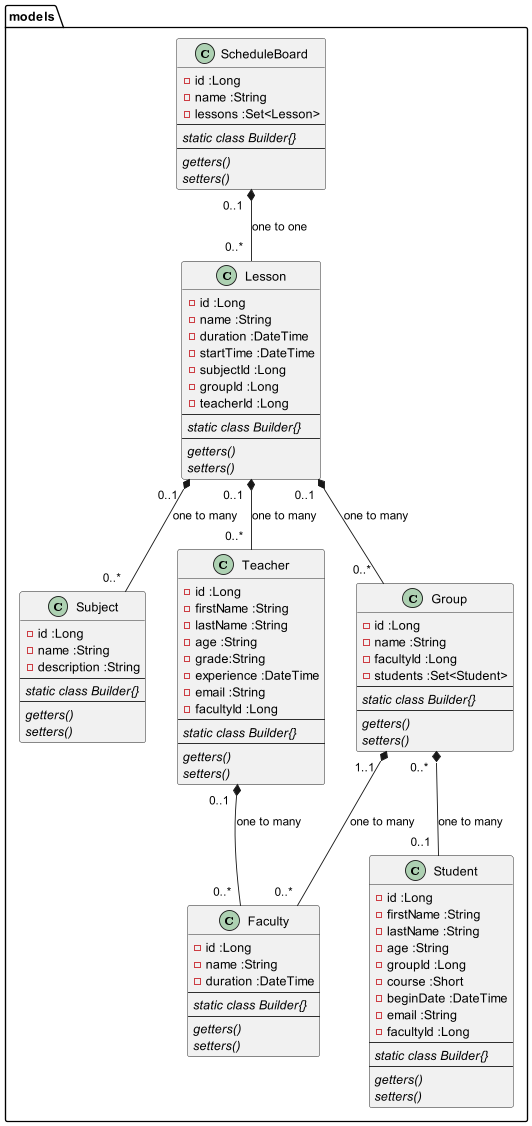
gexterio/university-main-service keeps this PlantUML diagram as uml.png. Above is the earlier version. Its diagram source:
```plantuml
@startuml

package models {
ScheduleBoard "0..1  " *-- "0..*  "Lesson :one to one
Lesson "0..1  " *-- "0..*  " Subject :one to many
Lesson "0..1  " *-- "0..*  " Teacher :one to many
Lesson "0..1  " *-- "0..*  " Group :one to many
Group "1..1  " *--  "0..*  "Faculty :one to many
Group "0..*  " *-- "0..1  " Student :one to many
Teacher "0..1  " *-- "0..*  " Faculty :one to many
class ScheduleBoard {
-id :Long
-name :String
-lessons :Set<Lesson>
--
{abstract} static class Builder{}
--
{abstract} getters()
{abstract} setters()
}

class Group {
-id :Long
-name :String
-facultyId :Long
-students :Set<Student>
--
{abstract} static class Builder{}
--
{abstract} getters()
{abstract} setters()
}

class Faculty {
-id :Long
-name :String
-duration :DateTime
--
{abstract} static class Builder{}
--
{abstract} getters()
{abstract} setters()
}

together {
class Student {
-id :Long
-firstName :String
-lastName :String
-age :String
-groupId :Long
-course :Short
-beginDate :DateTime
-email :String
-facultyId :Long
--
{abstract} static class Builder{}
--
{abstract} getters()
{abstract} setters()
}

class Teacher {
-id :Long
-firstName :String
-lastName :String
-age :String
-grade:String
-experience :DateTime
-email :String
-facultyId :Long
--
{abstract} static class Builder{}
--
{abstract} getters()
{abstract} setters()
}

class Subject {
-id :Long
-name :String
-description :String
--
{abstract} static class Builder{}
--
{abstract} getters()
{abstract} setters()
}

}

class Lesson {
-id :Long
-name :String
-duration :DateTime
-startTime :DateTime
-subjectId :Long
-groupId :Long
-teacherId :Long
--
{abstract} static class Builder{}
--
{abstract} getters()
{abstract} setters()
}
}

@enduml
```
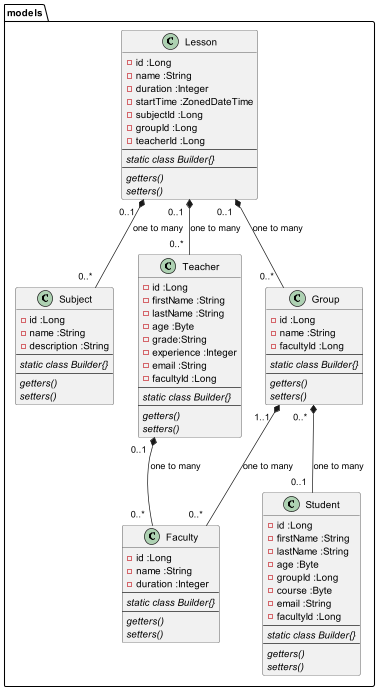
After the commit.

Commit message:
add DTO classes and refactoring UML

Change to the diagram source:
```diff
@@ -1,29 +1,17 @@
 @startuml
 
 package models {
-ScheduleBoard "0..1  " *-- "0..*  "Lesson :one to one
 Lesson "0..1  " *-- "0..*  " Subject :one to many
 Lesson "0..1  " *-- "0..*  " Teacher :one to many
 Lesson "0..1  " *-- "0..*  " Group :one to many
 Group "1..1  " *--  "0..*  "Faculty :one to many
 Group "0..*  " *-- "0..1  " Student :one to many
 Teacher "0..1  " *-- "0..*  " Faculty :one to many
-class ScheduleBoard {
--id :Long
--name :String
--lessons :Set<Lesson>
---
-{abstract} static class Builder{}
---
-{abstract} getters()
-{abstract} setters()
-}
 
 class Group {
 -id :Long
 -name :String
 -facultyId :Long
--students :Set<Student>
 --
 {abstract} static class Builder{}
 --
@@ -34,7 +22,7 @@
 class Faculty {
 -id :Long
 -name :String
--duration :DateTime
+-duration :Integer
 --
 {abstract} static class Builder{}
 --
@@ -47,10 +35,9 @@
 -id :Long
 -firstName :String
 -lastName :String
--age :String
+-age :Byte
 -groupId :Long
--course :Short
--beginDate :DateTime
+-course :Byte
 -email :String
 -facultyId :Long
 --
@@ -64,9 +51,9 @@
 -id :Long
 -firstName :String
 -lastName :String
--age :String
+-age :Byte
 -grade:String
--experience :DateTime
+-experience :Integer
 -email :String
 -facultyId :Long
 --
@@ -92,8 +79,8 @@
 class Lesson {
 -id :Long
 -name :String
--duration :DateTime
--startTime :DateTime
+-duration :Integer
+-startTime :ZonedDateTime
 -subjectId :Long
 -groupId :Long
 -teacherId :Long
@@ -105,4 +92,6 @@
 }
 }
 
+
+
 @enduml
```
